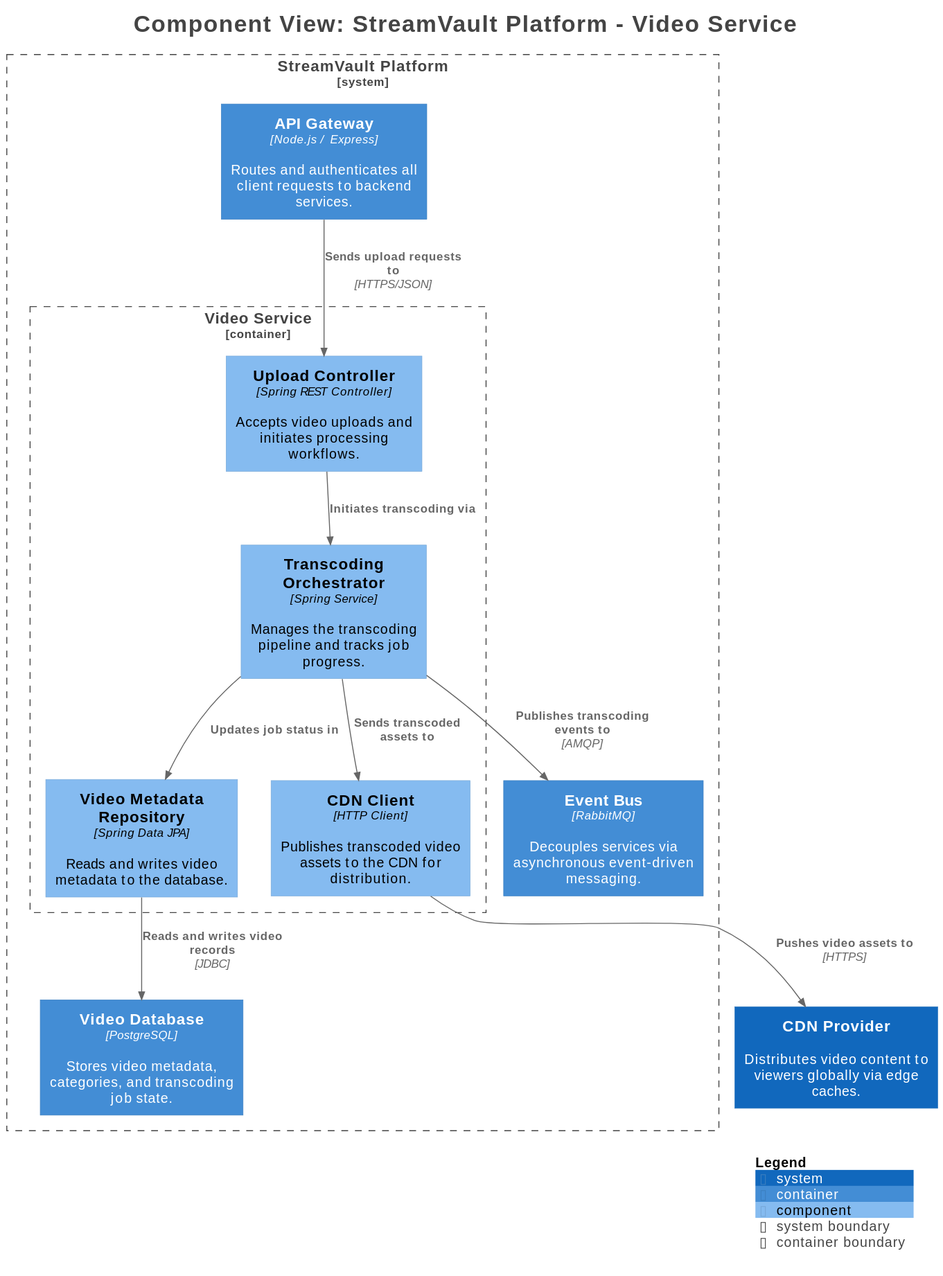
CodelianceAI/Codeliance-Skills keeps this PlantUML diagram as plugins/c4-architecture/skills/c4-architecture/examples/.diagrams/ComponentsOfVideoService.svg. Above is the earlier version.
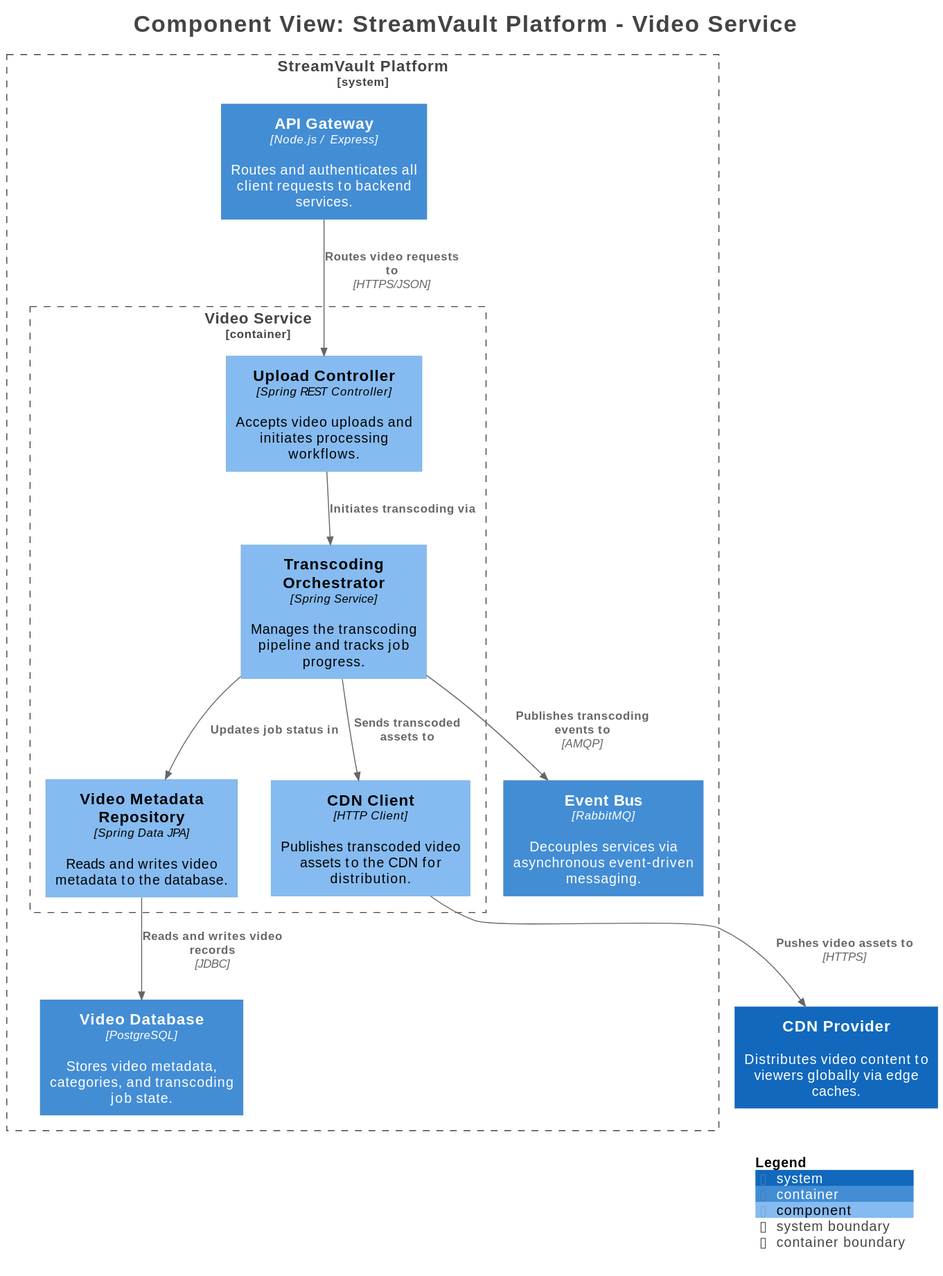
Above is the later version.

Change to the diagram source:
```diff
@@ -31,7 +31,7 @@
   Container(StreamVaultPlatform.APIGateway, "API Gateway", $techn="Node.js / Express", $descr="Routes and authenticates all client requests to backend services.", $tags="", $link="ComponentsOfApiGateway.svg")
 }
 
-Rel(StreamVaultPlatform.APIGateway, StreamVaultPlatform.VideoService.UploadController, "Sends upload requests to", $techn="HTTPS/JSON", $tags="", $link="")
+Rel(StreamVaultPlatform.APIGateway, StreamVaultPlatform.VideoService.UploadController, "Routes video requests to", $techn="HTTPS/JSON", $tags="", $link="")
 Rel(StreamVaultPlatform.VideoService.UploadController, StreamVaultPlatform.VideoService.TranscodingOrchestrator, "Initiates transcoding via", $techn="", $tags="", $link="")
 Rel(StreamVaultPlatform.VideoService.TranscodingOrchestrator, StreamVaultPlatform.VideoService.VideoMetadataRepository, "Updates job status in", $techn="", $tags="", $link="")
 Rel(StreamVaultPlatform.VideoService.TranscodingOrchestrator, StreamVaultPlatform.EventBus, "Publishes transcoding events to", $techn="AMQP", $tags="", $link="")
```
